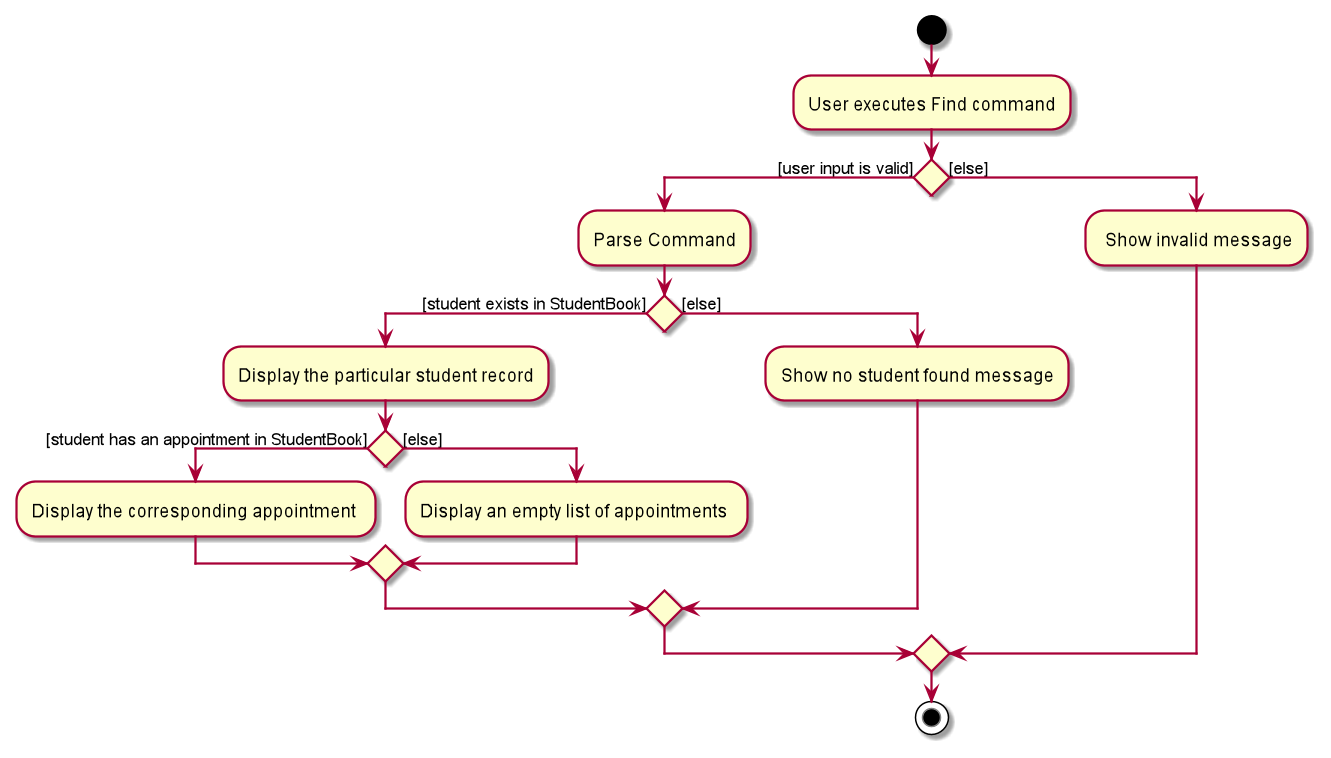
This is docs/images/FindStudentActivityDiagram.png from nus-cs2103-AY2021S2/tp, a PlantUML export, as it was before one commit.
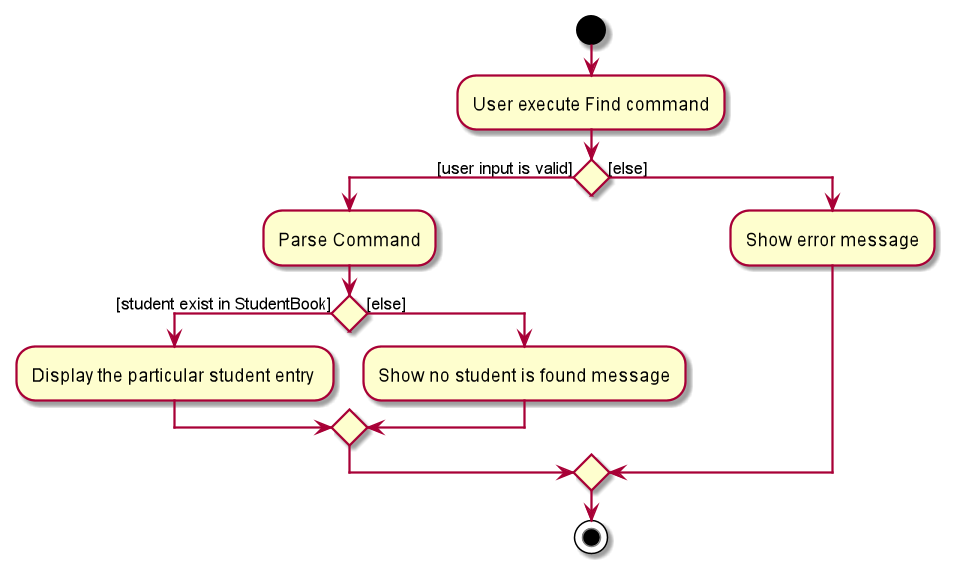
Later version of the same file.

Change to the diagram source:
```diff
@@ -1,25 +1,20 @@
 @startuml
+
 start
-:User executes Find command;
-
-
+:User execute Find command;
 if () then ([user input is valid])
     :Parse Command;
-    if () then ([student exists in StudentBook])
-        :Display the particular student record;
-         if () then ([student has an appointment in StudentBook])
-                :Display the corresponding appointment ;
-
-         else ([else])
-                :Display an empty list of appointments ;
-         endif
+    if() then ([student exist in StudentBook])
+             :Display the particular student entry ;
     else ([else])
-        :Show no student found message;
-
+        :Show no student is found message;
     endif
 
 else ([else])
-    : Show invalid message;
+    :Show error message;
+
 endif
+
 stop
+
 @enduml
```
